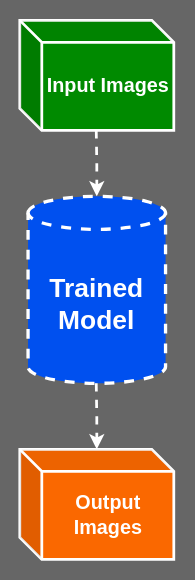
Above: page "Short Diagram" (3 of 3) of FYP-workflow.drawio in sanils2002/Final-Year-Project (draw.io), before the change. Source tidied: cells renumbered, new cells numbered last; positions are measured from the earlier drawing's top-left corner, leaving out a move shared by most shapes. Both pictures are drawn from the tidied source at 110%, with x=0, y=0 at pixel (20, 20).
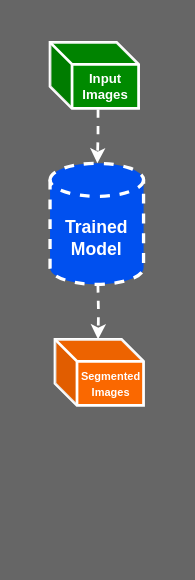
The same page after the edit.

Diff of the diagram source:
```diff
@@
 <mxGraphModel background="#666666">
   <root>
     <mxCell id="0" />
     <mxCell id="1" parent="0" />
-    <mxCell id="2" value="&lt;font style=&quot;font-size: 24px;&quot;&gt;&lt;b&gt;Trained Model&lt;/b&gt;&lt;/font&gt;" style="shape=cylinder3;whiteSpace=wrap;html=1;boundedLbl=1;backgroundOutline=1;size=15;fillColor=#0050ef;strokeColor=#FFFFFF;strokeWidth=3;fontColor=#ffffff;dashed=1;" parent="1" vertex="1">
-      <mxGeometry x="7" y="160" width="125" height="170" as="geometry" />
+    <mxCell id="2" value="&lt;font size=&quot;1&quot; style=&quot;&quot;&gt;&lt;b style=&quot;font-size: 16px;&quot;&gt;Trained Model&lt;/b&gt;&lt;/font&gt;" style="shape=cylinder3;whiteSpace=wrap;html=1;boundedLbl=1;backgroundOutline=1;size=15;fillColor=#0050ef;strokeColor=#FFFFFF;strokeWidth=3;fontColor=#ffffff;dashed=1;" parent="1" vertex="1">
+      <mxGeometry x="27" y="130" width="85" height="110" as="geometry" />
     </mxCell>
-    <mxCell id="3" value="&lt;font style=&quot;font-size: 18px;&quot;&gt;&lt;b&gt;Input Images&lt;/b&gt;&lt;/font&gt;" style="shape=cube;whiteSpace=wrap;html=1;boundedLbl=1;backgroundOutline=1;darkOpacity=0.05;darkOpacity2=0.1;fillColor=#008a00;fontColor=#ffffff;strokeColor=#FFFFFF;strokeWidth=2.5;" parent="1" vertex="1">
-      <mxGeometry x="-0.5" width="140" height="100" as="geometry" />
+    <mxCell id="3" value="&lt;font size=&quot;1&quot; style=&quot;&quot;&gt;&lt;b style=&quot;font-size: 12px;&quot;&gt;Input Images&lt;/b&gt;&lt;/font&gt;" style="shape=cube;whiteSpace=wrap;html=1;boundedLbl=1;backgroundOutline=1;darkOpacity=0.05;darkOpacity2=0.1;fillColor=#008a00;fontColor=#ffffff;strokeColor=#FFFFFF;strokeWidth=2.5;" parent="1" vertex="1">
+      <mxGeometry x="27" y="20" width="80.5" height="60" as="geometry" />
     </mxCell>
-    <mxCell id="4" value="&lt;font color=&quot;#ffffff&quot; style=&quot;font-size: 18px;&quot;&gt;&lt;b&gt;Output Images&lt;/b&gt;&lt;/font&gt;" style="shape=cube;whiteSpace=wrap;html=1;boundedLbl=1;backgroundOutline=1;darkOpacity=0.05;darkOpacity2=0.1;fillColor=#fa6800;fontColor=#000000;strokeColor=#FFFFFF;strokeWidth=2.5;" parent="1" vertex="1">
-      <mxGeometry x="-0.5" y="390" width="140" height="100" as="geometry" />
+    <mxCell id="4" value="&lt;font size=&quot;1&quot; color=&quot;#ffffff&quot; style=&quot;&quot;&gt;&lt;b style=&quot;&quot;&gt;Segmented Images&lt;/b&gt;&lt;/font&gt;" style="shape=cube;whiteSpace=wrap;html=1;boundedLbl=1;backgroundOutline=1;darkOpacity=0.05;darkOpacity2=0.1;fillColor=#fa6800;fontColor=#000000;strokeColor=#FFFFFF;strokeWidth=2.5;" parent="1" vertex="1">
+      <mxGeometry x="31.5" y="290" width="80.5" height="60" as="geometry" />
     </mxCell>
-    <mxCell id="5" style="edgeStyle=orthogonalEdgeStyle;rounded=0;orthogonalLoop=1;jettySize=auto;html=1;strokeWidth=2.5;strokeColor=#FFFFFF;dashed=1;entryX=0.5;entryY=0;entryDx=0;entryDy=0;entryPerimeter=0;" parent="1" edge="1">
+    <mxCell id="5" style="edgeStyle=orthogonalEdgeStyle;rounded=0;jettySize=auto;html=1;strokeWidth=2.5;strokeColor=#FFFFFF;dashed=1;exitX=0.542;exitY=1.016;exitDx=0;exitDy=0;exitPerimeter=0;" parent="1" edge="1" source="3">
       <mxGeometry relative="1" as="geometry">
-        <mxPoint x="69" y="100" as="sourcePoint" />
-        <mxPoint x="69.5" y="160" as="targetPoint" />
+        <mxPoint x="70" y="130" as="targetPoint" />
       </mxGeometry>
     </mxCell>
-    <mxCell id="6" style="edgeStyle=orthogonalEdgeStyle;rounded=0;orthogonalLoop=1;jettySize=auto;html=1;strokeWidth=2.5;strokeColor=#FFFFFF;dashed=1;entryX=0.5;entryY=0;entryDx=0;entryDy=0;entryPerimeter=0;" parent="1" edge="1">
-      <mxGeometry relative="1" as="geometry">
-        <mxPoint x="69" y="330" as="sourcePoint" />
-        <mxPoint x="69.5" y="390" as="targetPoint" />
-      </mxGeometry>
-    </mxCell>
+    <mxCell id="7" style="edgeStyle=orthogonalEdgeStyle;rounded=0;orthogonalLoop=1;jettySize=auto;html=1;strokeWidth=2.5;strokeColor=#FFFFFF;dashed=1;exitX=0.5;exitY=1;exitDx=0;exitDy=0;exitPerimeter=0;" parent="1" edge="1">
+      <mxGeometry relative="1" as="geometry">
+        <mxPoint x="70.5" y="240" as="sourcePoint" />
+        <mxPoint x="70.7" y="290" as="targetPoint" />
+      </mxGeometry>
+    </mxCell>
   </root>
 </mxGraphModel>
```
